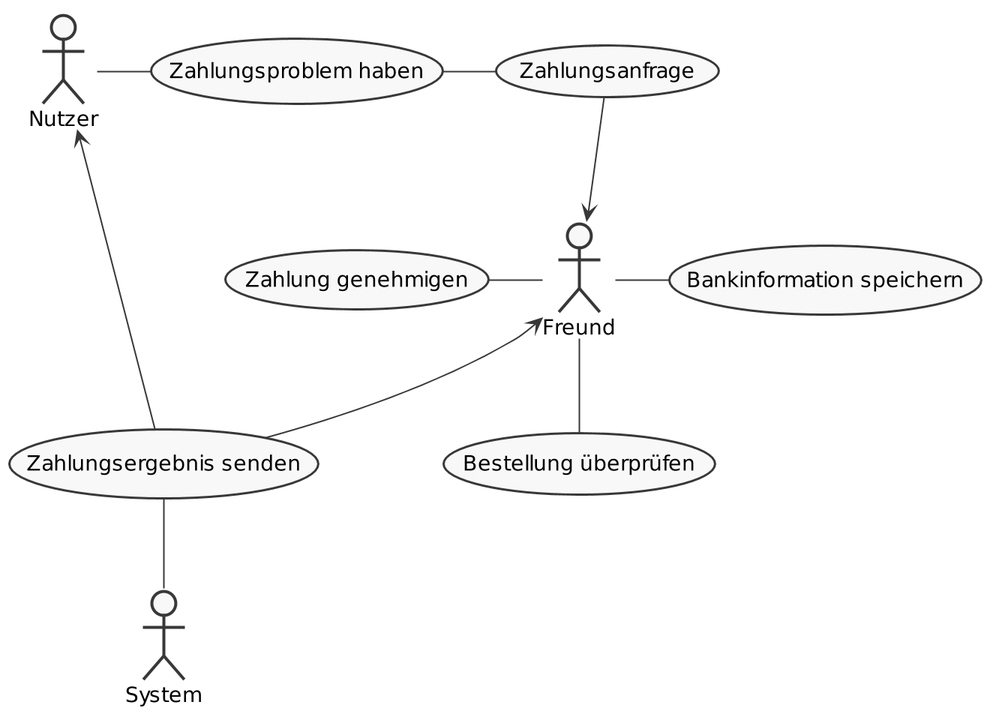
Above: uml-diagramme/pay-by-others.png in godlikelucinda/bachelorarbeit (PlantUML), before the change.
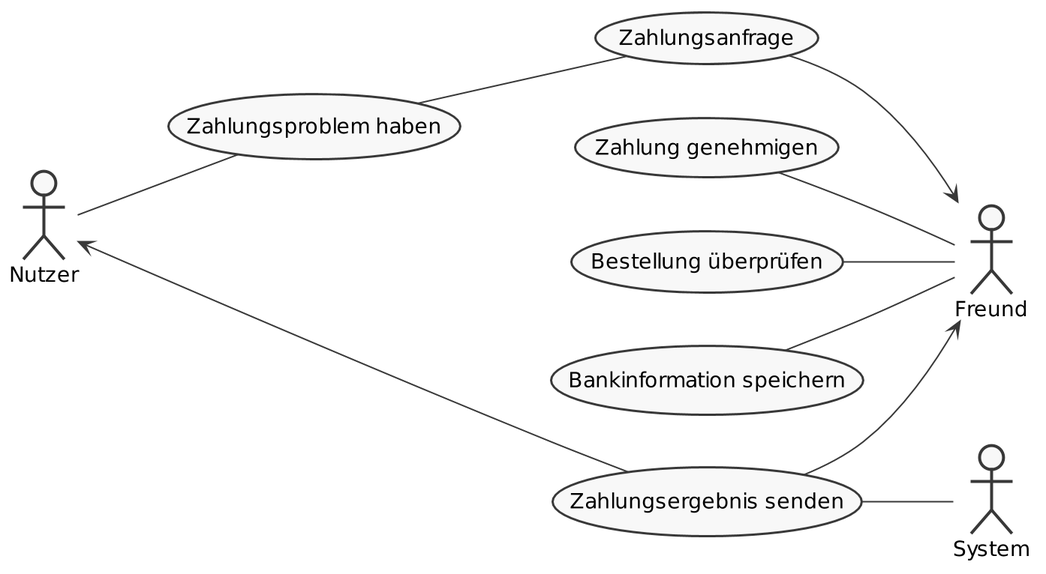
The same diagram one commit later.

Commit message:
Layout überarbeitet für Pay by Others.

Change to the diagram source:
```diff
@@ -2,6 +2,7 @@
 scale 2
 skinparam monochrome true
 skinparam shadowing false
+left to right direction
 
 :Nutzer: as User
 :Freund: as Friend
@@ -14,14 +15,15 @@
 (Bestellung überprüfen) as (checkOrder)
 (Bankinformation speichern) as (bankInformation)
 
-User - (paymentProblem)
-User <-- (sendPaymentResult)
-Friend <-- (sendPaymentResult)
-(paymentProblem) - (paymentRequest)
+User -- (paymentProblem)
+(paymentProblem) -- (paymentRequest)
+(authorizePayment) -- Friend
+(checkOrder) -- Friend
+(bankInformation) -- Friend
+(sendPaymentResult) --> Friend
 (paymentRequest) --> Friend
-(authorizePayment) - Friend
-Friend -- (checkOrder)
-Friend - (bankInformation)
-(sendPaymentResult) -- System
+User <--- (sendPaymentResult)
+(sendPaymentResult) -down- System
+
 
 @enduml
```
